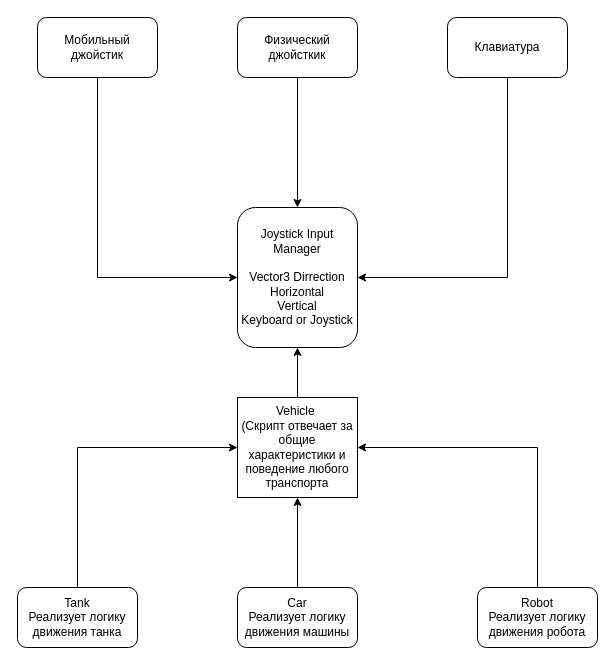
This is Control system.drawio from Ziller90/BENZIN, a draw.io file, before an edit. Source tidied: cells renumbered, new cells numbered last; positions are measured from the earlier drawing's top-left corner, leaving out a move shared by most shapes. Both pictures are drawn from the tidied source at 100%, with x=0, y=0 at pixel (17, 17).
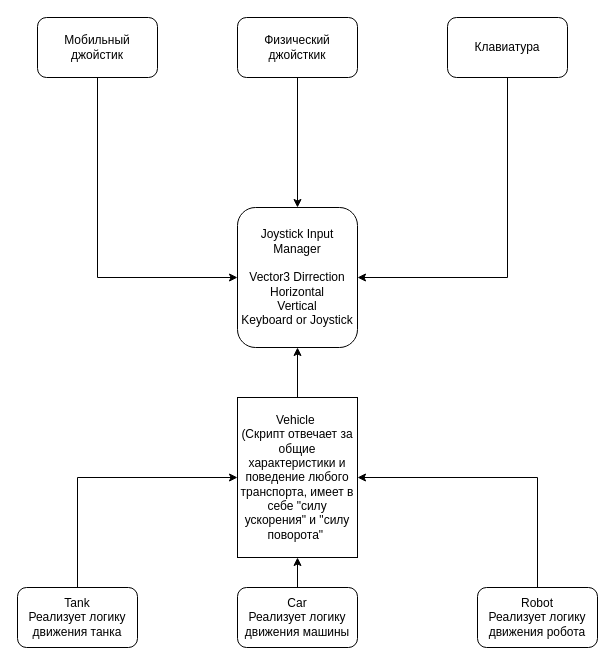
After the change.

Change to the diagram source:
```diff
@@
 <mxGraphModel>
   <root>
     <mxCell id="0" />
     <mxCell id="1" parent="0" />
     <mxCell id="2" value="Joystick Input Manager&lt;br&gt;&lt;br&gt;Vector3 Dirrection&lt;br&gt;Horizontal&lt;br&gt;Vertical&lt;br&gt;Keyboard or Joystick" style="rounded=1;whiteSpace=wrap;html=1;" parent="1" vertex="1">
       <mxGeometry x="220" y="190" width="120" height="140" as="geometry" />
     </mxCell>
     <mxCell id="3" style="edgeStyle=orthogonalEdgeStyle;rounded=0;jettySize=auto;html=1;exitX=0.5;exitY=1;exitDx=0;exitDy=0;entryX=0;entryY=0.5;entryDx=0;entryDy=0;" parent="1" edge="1" source="4" target="2">
       <mxGeometry relative="1" as="geometry" />
     </mxCell>
     <mxCell id="4" value="Мобильный джойстик" style="rounded=1;whiteSpace=wrap;html=1;" parent="1" vertex="1">
       <mxGeometry x="20" width="120" height="60" as="geometry" />
     </mxCell>
     <mxCell id="5" style="edgeStyle=orthogonalEdgeStyle;rounded=0;jettySize=auto;html=1;exitX=0.5;exitY=1;exitDx=0;exitDy=0;entryX=0.5;entryY=0;entryDx=0;entryDy=0;" parent="1" edge="1" source="6" target="2">
       <mxGeometry relative="1" as="geometry" />
     </mxCell>
     <mxCell id="6" value="Физический джойсткик" style="rounded=1;whiteSpace=wrap;html=1;" parent="1" vertex="1">
       <mxGeometry x="220" width="120" height="60" as="geometry" />
     </mxCell>
     <mxCell id="7" style="edgeStyle=orthogonalEdgeStyle;rounded=0;jettySize=auto;html=1;exitX=0.5;exitY=1;exitDx=0;exitDy=0;entryX=1;entryY=0.5;entryDx=0;entryDy=0;" parent="1" edge="1" source="8" target="2">
       <mxGeometry relative="1" as="geometry" />
     </mxCell>
     <mxCell id="8" value="Клавиатура" style="rounded=1;whiteSpace=wrap;html=1;" parent="1" vertex="1">
       <mxGeometry x="430" width="120" height="60" as="geometry" />
     </mxCell>
     <mxCell id="9" style="edgeStyle=orthogonalEdgeStyle;rounded=0;jettySize=auto;html=1;exitX=0.5;exitY=0;exitDx=0;exitDy=0;entryX=0.5;entryY=1;entryDx=0;entryDy=0;" parent="1" edge="1" source="10" target="2">
       <mxGeometry relative="1" as="geometry" />
     </mxCell>
-    <mxCell id="10" value="Vehicle&amp;nbsp;&lt;br&gt;(Скрипт отвечает за общие характеристики и поведение любого транспорта" style="rounded=0;whiteSpace=wrap;html=1;" parent="1" vertex="1">
-      <mxGeometry x="220" y="380" width="120" height="100" as="geometry" />
+    <mxCell id="10" value="Vehicle&amp;nbsp;&lt;br&gt;(Скрипт отвечает за общие характеристики и поведение любого транспорта, имеет в себе &quot;силу ускорения&quot; и &quot;силу поворота&quot;&amp;nbsp;" style="rounded=0;whiteSpace=wrap;html=1;" parent="1" vertex="1">
+      <mxGeometry x="220" y="380" width="120" height="160" as="geometry" />
     </mxCell>
     <mxCell id="11" style="edgeStyle=orthogonalEdgeStyle;rounded=0;jettySize=auto;html=1;exitX=0.5;exitY=0;exitDx=0;exitDy=0;entryX=0;entryY=0.5;entryDx=0;entryDy=0;" parent="1" edge="1" source="12" target="10">
       <mxGeometry relative="1" as="geometry" />
     </mxCell>
     <mxCell id="12" value="Tank&lt;br&gt;Реализует логику движения танка" style="rounded=1;whiteSpace=wrap;html=1;" parent="1" vertex="1">
       <mxGeometry y="570" width="120" height="60" as="geometry" />
     </mxCell>
     <mxCell id="13" style="edgeStyle=orthogonalEdgeStyle;rounded=0;jettySize=auto;html=1;exitX=0.5;exitY=0;exitDx=0;exitDy=0;entryX=0.5;entryY=1;entryDx=0;entryDy=0;" parent="1" edge="1" source="14" target="10">
       <mxGeometry relative="1" as="geometry" />
     </mxCell>
     <mxCell id="14" value="Car&lt;br&gt;Реализует логику движения машины" style="rounded=1;whiteSpace=wrap;html=1;" parent="1" vertex="1">
       <mxGeometry x="220" y="570" width="120" height="60" as="geometry" />
     </mxCell>
     <mxCell id="15" style="edgeStyle=orthogonalEdgeStyle;rounded=0;jettySize=auto;html=1;exitX=0.5;exitY=0;exitDx=0;exitDy=0;entryX=1;entryY=0.5;entryDx=0;entryDy=0;" parent="1" edge="1" source="16" target="10">
       <mxGeometry relative="1" as="geometry" />
     </mxCell>
     <mxCell id="16" value="Robot&lt;br&gt;Реализует логику движения робота" style="rounded=1;whiteSpace=wrap;html=1;" parent="1" vertex="1">
       <mxGeometry x="460" y="570" width="120" height="60" as="geometry" />
     </mxCell>
   </root>
 </mxGraphModel>
```
